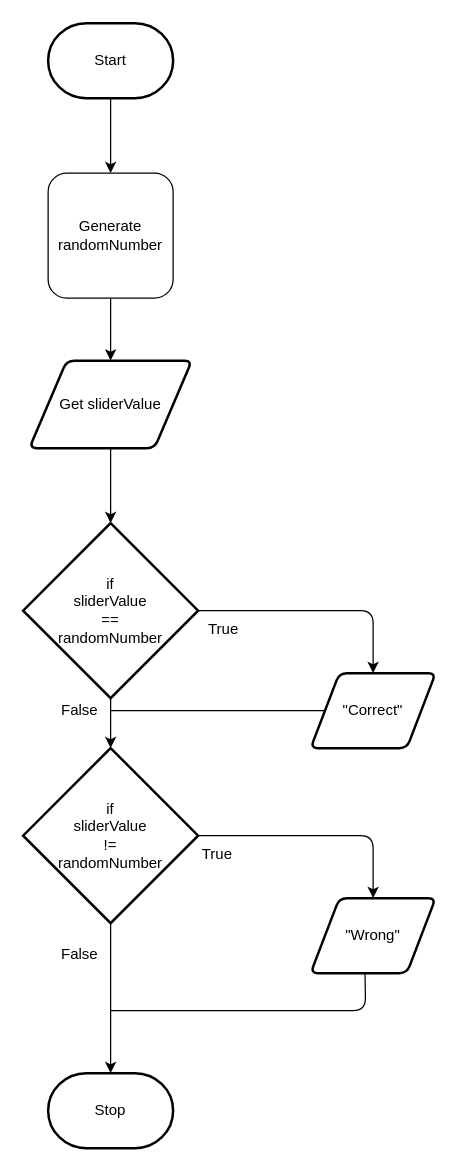
The draw.io diagram design/flowchart.drawio in MTHS-ICD2O-1-2023/ICD2O-Unit-5-01-manya-feng, before the edit. Source tidied: cells renumbered, new cells numbered last; positions are measured from the earlier drawing's top-left corner, leaving out a move shared by most shapes. Both pictures are drawn from the tidied source at 125%, with x=0, y=0 at pixel (22, 22).
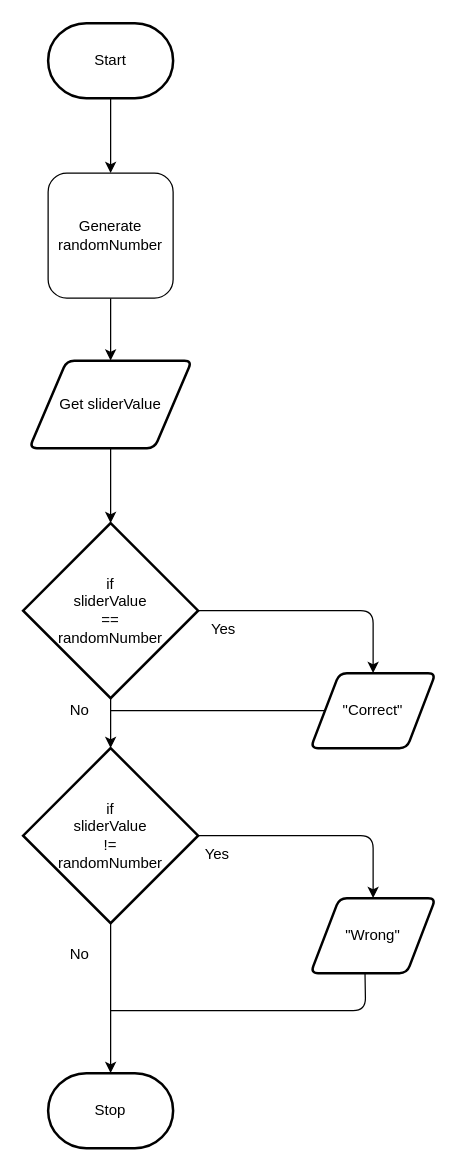
Above is the later version.

What changed in the source:
```diff
@@
-    <mxCell id="13" value="True" style="text;html=1;align=center;verticalAlign=middle;strokeColor=none;fillColor=none;" parent="1" vertex="1">
-      <mxGeometry x="135" y="470" width="50" height="30" as="geometry" />
+    <mxCell id="13" value="Yes" style="text;html=1;align=center;verticalAlign=middle;strokeColor=none;fillColor=none;" parent="1" vertex="1">
+      <mxGeometry x="140" y="470" width="40" height="30" as="geometry" />
     </mxCell>
@@
-    <mxCell id="17" value="False" style="text;html=1;align=center;verticalAlign=middle;strokeColor=none;fillColor=none;" parent="1" vertex="1">
-      <mxGeometry x="20" y="535" width="50" height="30" as="geometry" />
+    <mxCell id="17" value="No" style="text;html=1;align=center;verticalAlign=middle;strokeColor=none;fillColor=none;" parent="1" vertex="1">
+      <mxGeometry x="25" y="535" width="40" height="30" as="geometry" />
     </mxCell>
@@
-    <mxCell id="21" value="True" style="text;html=1;align=center;verticalAlign=middle;strokeColor=none;fillColor=none;" parent="1" vertex="1">
-      <mxGeometry x="130" y="650" width="50" height="30" as="geometry" />
+    <mxCell id="21" value="Yes" style="text;html=1;align=center;verticalAlign=middle;strokeColor=none;fillColor=none;" parent="1" vertex="1">
+      <mxGeometry x="135" y="650" width="40" height="30" as="geometry" />
     </mxCell>
-    <mxCell id="22" value="False" style="text;html=1;align=center;verticalAlign=middle;strokeColor=none;fillColor=none;" parent="1" vertex="1">
-      <mxGeometry x="20" y="730" width="50" height="30" as="geometry" />
+    <mxCell id="22" value="No" style="text;html=1;align=center;verticalAlign=middle;strokeColor=none;fillColor=none;" parent="1" vertex="1">
+      <mxGeometry x="25" y="730" width="40" height="30" as="geometry" />
     </mxCell>
```
